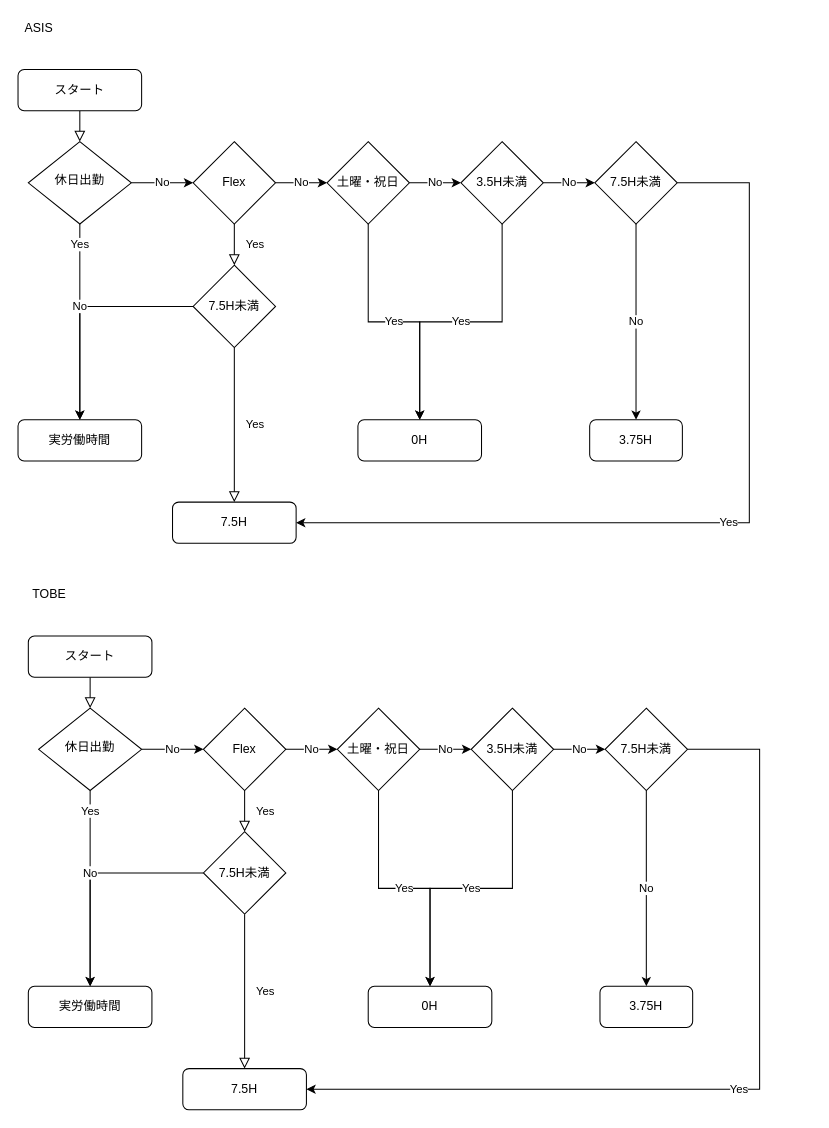
o5om3-san/first-git keeps this draw.io diagram as 代休.drawio. Above is the earlier version. Source tidied: cells renumbered, new cells numbered last; positions are measured from the earlier drawing's top-left corner, leaving out a move shared by most shapes. Both pictures are drawn from the tidied source at 103%, with x=0, y=0 at pixel (18, 18).
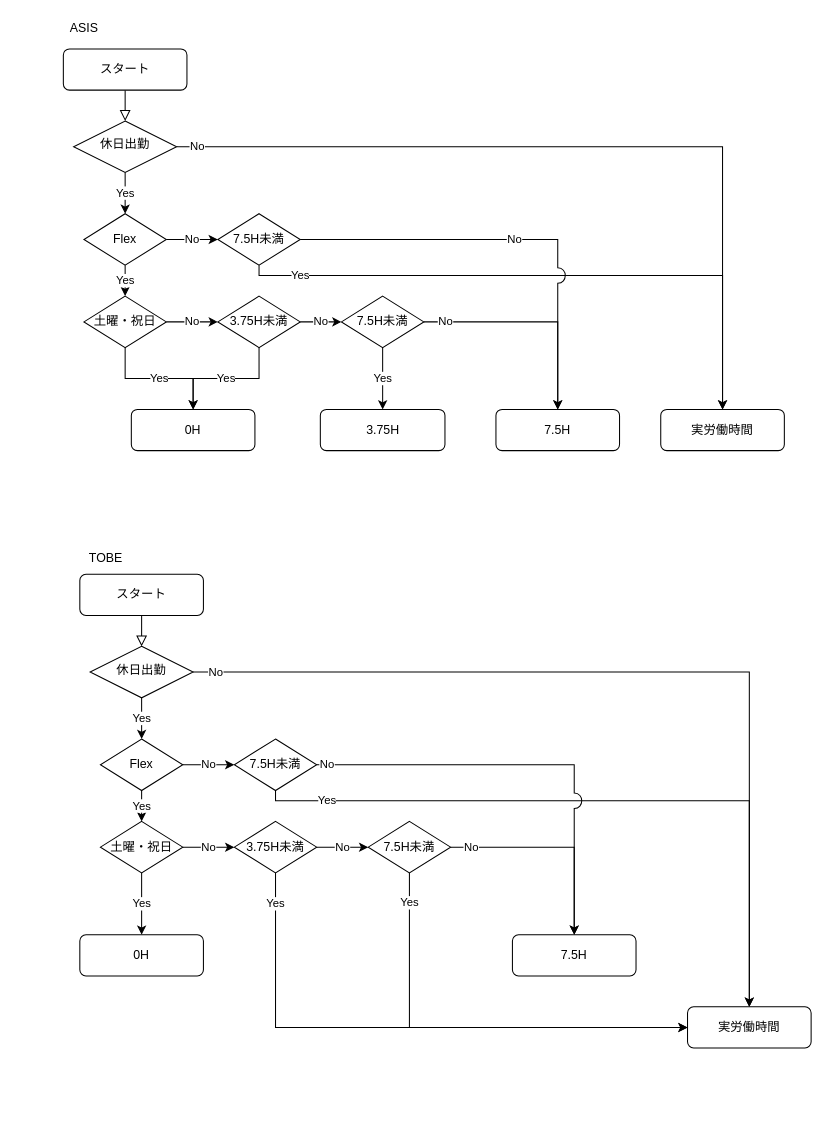
After the change.

Diff of the diagram source:
```diff
@@
     <mxCell id="3" value="スタート" style="rounded=1;whiteSpace=wrap;html=1;fontSize=12;glass=0;strokeWidth=1;shadow=0;" parent="1" vertex="1">
-      <mxGeometry y="50" width="120" height="40" as="geometry" />
+      <mxGeometry x="44" y="30" width="120" height="40" as="geometry" />
     </mxCell>
+    <mxCell id="5" value="Yes" style="edgeStyle=orthogonalEdgeStyle;rounded=0;jettySize=auto;html=1;entryX=0.5;entryY=0;entryDx=0;entryDy=0;exitX=0.5;exitY=1;exitDx=0;exitDy=0;" parent="1" edge="1" source="6" target="9">
+      <mxGeometry relative="1" as="geometry" />
+    </mxCell>
-    <mxCell id="4" value="Yes" style="edgeStyle=orthogonalEdgeStyle;rounded=0;jettySize=auto;html=1;exitX=0.5;exitY=1;exitDx=0;exitDy=0;entryX=0.5;entryY=0;entryDx=0;entryDy=0;" parent="1" edge="1" source="6" target="7">
-      <mxGeometry x="-0.79" relative="1" as="geometry" />
+    <mxCell id="4" value="No" style="edgeStyle=orthogonalEdgeStyle;rounded=0;jettySize=auto;html=1;exitX=1;exitY=0.5;exitDx=0;exitDy=0;entryX=0.5;entryY=0;entryDx=0;entryDy=0;" parent="1" edge="1" source="6" target="7">
+      <mxGeometry x="-0.95" relative="1" as="geometry">
+        <Array as="points">
+          <mxPoint x="684" y="125" />
+        </Array>
+      </mxGeometry>
     </mxCell>
-    <mxCell id="5" value="No" style="edgeStyle=orthogonalEdgeStyle;rounded=0;jettySize=auto;html=1;" parent="1" edge="1" source="6" target="9">
-      <mxGeometry relative="1" as="geometry" />
-    </mxCell>
     <mxCell id="6" value="休日出勤" style="rhombus;whiteSpace=wrap;html=1;shadow=0;fontFamily=Helvetica;fontSize=12;align=center;strokeWidth=1;spacing=6;spacingTop=-4;" parent="1" vertex="1">
-      <mxGeometry x="10" y="120" width="100" height="80" as="geometry" />
+      <mxGeometry x="54" y="100" width="100" height="50" as="geometry" />
     </mxCell>
     <mxCell id="7" value="実労働時間" style="rounded=1;whiteSpace=wrap;html=1;fontSize=12;glass=0;strokeWidth=1;shadow=0;" parent="1" vertex="1">
-      <mxGeometry y="390" width="120" height="40" as="geometry" />
+      <mxGeometry x="624" y="380" width="120" height="40" as="geometry" />
     </mxCell>
-    <mxCell id="8" value="No" style="edgeStyle=orthogonalEdgeStyle;rounded=0;jettySize=auto;html=1;exitX=1;exitY=0.5;exitDx=0;exitDy=0;" parent="1" edge="1" source="9" target="17">
+    <mxCell id="8" value="No" style="edgeStyle=orthogonalEdgeStyle;rounded=0;jettySize=auto;html=1;exitX=1;exitY=0.5;exitDx=0;exitDy=0;entryX=0;entryY=0.5;entryDx=0;entryDy=0;" parent="1" edge="1" source="9" target="12">
       <mxGeometry relative="1" as="geometry" />
     </mxCell>
+    <mxCell id="52" value="Yes" style="edgeStyle=orthogonalEdgeStyle;rounded=0;jettySize=auto;html=1;exitX=0.5;exitY=1;exitDx=0;exitDy=0;entryX=0.5;entryY=0;entryDx=0;entryDy=0;" parent="1" edge="1" source="9" target="17">
+      <mxGeometry relative="1" as="geometry" />
+    </mxCell>
     <mxCell id="9" value="Flex" style="rhombus;whiteSpace=wrap;html=1;" parent="1" vertex="1">
-      <mxGeometry x="170" y="120" width="80" height="80" as="geometry" />
+      <mxGeometry x="64" y="190" width="80" height="50" as="geometry" />
     </mxCell>
-    <mxCell id="10" value="Yes" style="rounded=0;html=1;jettySize=auto;fontSize=11;endArrow=block;endFill=0;endSize=8;strokeWidth=1;shadow=0;labelBackgroundColor=none;edgeStyle=orthogonalEdgeStyle;entryX=0.5;entryY=0;entryDx=0;entryDy=0;exitX=0.5;exitY=1;exitDx=0;exitDy=0;" parent="1" edge="1" source="9" target="12">
-      <mxGeometry y="20" relative="1" as="geometry" />
-    </mxCell>
-    <mxCell id="11" value="No" style="edgeStyle=orthogonalEdgeStyle;rounded=0;jettySize=auto;html=1;exitX=0;exitY=0.5;exitDx=0;exitDy=0;entryX=0.5;entryY=0;entryDx=0;entryDy=0;" parent="1" edge="1" source="12" target="7">
-      <mxGeometry relative="1" as="geometry" />
+    <mxCell id="11" value="Yes" style="edgeStyle=orthogonalEdgeStyle;rounded=0;jettySize=auto;html=1;exitX=0.5;exitY=1;exitDx=0;exitDy=0;entryX=0.5;entryY=0;entryDx=0;entryDy=0;jumpSize=6;" parent="1" edge="1" source="12" target="7">
+      <mxGeometry x="-0.83" relative="1" as="geometry">
+        <Array as="points">
+          <mxPoint x="234" y="250" />
+          <mxPoint x="684" y="250" />
+        </Array>
+      </mxGeometry>
     </mxCell>
     <mxCell id="12" value="7.5H未満" style="rhombus;whiteSpace=wrap;html=1;" parent="1" vertex="1">
-      <mxGeometry x="170" y="240" width="80" height="80" as="geometry" />
+      <mxGeometry x="194" y="190" width="80" height="50" as="geometry" />
     </mxCell>
-    <mxCell id="13" value="Yes" style="rounded=0;html=1;jettySize=auto;fontSize=11;endArrow=block;endFill=0;endSize=8;strokeWidth=1;shadow=0;labelBackgroundColor=none;edgeStyle=orthogonalEdgeStyle;entryX=0.5;entryY=0;entryDx=0;entryDy=0;" parent="1" edge="1" source="12" target="14">
-      <mxGeometry y="20" relative="1" as="geometry" />
-    </mxCell>
     <mxCell id="14" value="7.5H" style="rounded=1;whiteSpace=wrap;html=1;fontSize=12;glass=0;strokeWidth=1;shadow=0;" parent="1" vertex="1">
-      <mxGeometry x="150" y="470" width="120" height="40" as="geometry" />
+      <mxGeometry x="464" y="380" width="120" height="40" as="geometry" />
     </mxCell>
@@
     <mxCell id="17" value="土曜・祝日" style="rhombus;whiteSpace=wrap;html=1;" parent="1" vertex="1">
-      <mxGeometry x="300" y="120" width="80" height="80" as="geometry" />
+      <mxGeometry x="64" y="270" width="80" height="50" as="geometry" />
     </mxCell>
@@
-    <mxCell id="20" value="3.5H未満" style="rhombus;whiteSpace=wrap;html=1;" parent="1" vertex="1">
-      <mxGeometry x="430" y="120" width="80" height="80" as="geometry" />
+    <mxCell id="20" value="3.75H未満" style="rhombus;whiteSpace=wrap;html=1;" parent="1" vertex="1">
+      <mxGeometry x="194" y="270" width="80" height="50" as="geometry" />
     </mxCell>
-    <mxCell id="21" value="No" style="edgeStyle=orthogonalEdgeStyle;rounded=0;jettySize=auto;html=1;entryX=0.5;entryY=0;entryDx=0;entryDy=0;" parent="1" edge="1" source="23" target="25">
-      <mxGeometry relative="1" as="geometry" />
+    <mxCell id="21" value="No" style="edgeStyle=orthogonalEdgeStyle;rounded=0;jettySize=auto;html=1;entryX=0.5;entryY=0;entryDx=0;entryDy=0;" parent="1" edge="1" source="23" target="14">
+      <mxGeometry x="-0.8" relative="1" as="geometry" />
     </mxCell>
-    <mxCell id="22" value="Yes" style="edgeStyle=orthogonalEdgeStyle;rounded=0;jettySize=auto;html=1;entryX=1;entryY=0.5;entryDx=0;entryDy=0;" parent="1" edge="1" source="23" target="14">
-      <mxGeometry relative="1" as="geometry">
-        <Array as="points">
-          <mxPoint x="710" y="160" />
-          <mxPoint x="710" y="490" />
-        </Array>
-      </mxGeometry>
-    </mxCell>
+    <mxCell id="53" value="Yes" style="edgeStyle=orthogonalEdgeStyle;rounded=0;jettySize=auto;html=1;exitX=0.5;exitY=1;exitDx=0;exitDy=0;entryX=0.5;entryY=0;entryDx=0;entryDy=0;" parent="1" edge="1" source="23" target="25">
+      <mxGeometry relative="1" as="geometry" />
+    </mxCell>
     <mxCell id="23" value="7.5H未満" style="rhombus;whiteSpace=wrap;html=1;" parent="1" vertex="1">
-      <mxGeometry x="560" y="120" width="80" height="80" as="geometry" />
+      <mxGeometry x="314" y="270" width="80" height="50" as="geometry" />
     </mxCell>
     <mxCell id="24" value="0H" style="rounded=1;whiteSpace=wrap;html=1;fontSize=12;glass=0;strokeWidth=1;shadow=0;" parent="1" vertex="1">
-      <mxGeometry x="330" y="390" width="120" height="40" as="geometry" />
+      <mxGeometry x="110" y="380" width="120" height="40" as="geometry" />
     </mxCell>
     <mxCell id="25" value="3.75H" style="rounded=1;whiteSpace=wrap;html=1;fontSize=12;glass=0;strokeWidth=1;shadow=0;" parent="1" vertex="1">
-      <mxGeometry x="555" y="390" width="90" height="40" as="geometry" />
+      <mxGeometry x="293.5" y="380" width="121" height="40" as="geometry" />
     </mxCell>
     <mxCell id="26" value="ASIS" style="text;html=1;align=center;verticalAlign=middle;" parent="1" vertex="1">
-      <mxGeometry width="40" height="20" as="geometry" />
+      <mxGeometry x="44" width="40" height="20" as="geometry" />
     </mxCell>
+    <mxCell id="51" value="TOBE" style="text;html=1;align=center;verticalAlign=middle;" parent="1" vertex="1">
+      <mxGeometry x="60" y="515" width="50" height="20" as="geometry" />
+    </mxCell>
+    <mxCell id="13" value="No" style="edgeStyle=orthogonalEdgeStyle;rounded=0;jettySize=auto;html=1;exitX=1;exitY=0.5;exitDx=0;exitDy=0;entryX=0.5;entryY=0;entryDx=0;entryDy=0;jumpStyle=arc;jumpSize=15;" parent="1" edge="1" source="12" target="14">
+      <mxGeometry relative="1" as="geometry">
+        <Array as="points">
+          <mxPoint x="524" y="215" />
+        </Array>
+      </mxGeometry>
+    </mxCell>
@@
     <mxCell id="28" value="スタート" style="rounded=1;whiteSpace=wrap;html=1;fontSize=12;glass=0;strokeWidth=1;shadow=0;" parent="1" vertex="1">
-      <mxGeometry x="10" y="600" width="120" height="40" as="geometry" />
+      <mxGeometry x="60" y="540" width="120" height="40" as="geometry" />
     </mxCell>
+    <mxCell id="30" value="Yes" style="edgeStyle=orthogonalEdgeStyle;rounded=0;jettySize=auto;html=1;entryX=0.5;entryY=0;entryDx=0;entryDy=0;exitX=0.5;exitY=1;exitDx=0;exitDy=0;" parent="1" edge="1" source="31" target="34">
+      <mxGeometry relative="1" as="geometry" />
+    </mxCell>
-    <mxCell id="29" value="Yes" style="edgeStyle=orthogonalEdgeStyle;rounded=0;jettySize=auto;html=1;exitX=0.5;exitY=1;exitDx=0;exitDy=0;entryX=0.5;entryY=0;entryDx=0;entryDy=0;" parent="1" edge="1" source="31" target="32">
-      <mxGeometry x="-0.79" relative="1" as="geometry" />
+    <mxCell id="29" value="No" style="edgeStyle=orthogonalEdgeStyle;rounded=0;jettySize=auto;html=1;exitX=1;exitY=0.5;exitDx=0;exitDy=0;entryX=0.5;entryY=0;entryDx=0;entryDy=0;" parent="1" edge="1" source="31" target="32">
+      <mxGeometry x="-0.95" relative="1" as="geometry">
+        <Array as="points">
+          <mxPoint x="710" y="635" />
+        </Array>
+      </mxGeometry>
     </mxCell>
-    <mxCell id="30" value="No" style="edgeStyle=orthogonalEdgeStyle;rounded=0;jettySize=auto;html=1;" parent="1" edge="1" source="31" target="34">
-      <mxGeometry relative="1" as="geometry" />
-    </mxCell>
     <mxCell id="31" value="休日出勤" style="rhombus;whiteSpace=wrap;html=1;shadow=0;fontFamily=Helvetica;fontSize=12;align=center;strokeWidth=1;spacing=6;spacingTop=-4;" parent="1" vertex="1">
-      <mxGeometry x="20" y="670" width="100" height="80" as="geometry" />
+      <mxGeometry x="70" y="610" width="100" height="50" as="geometry" />
     </mxCell>
     <mxCell id="32" value="実労働時間" style="rounded=1;whiteSpace=wrap;html=1;fontSize=12;glass=0;strokeWidth=1;shadow=0;" parent="1" vertex="1">
-      <mxGeometry x="10" y="940" width="120" height="40" as="geometry" />
+      <mxGeometry x="650" y="960" width="120" height="40" as="geometry" />
     </mxCell>
+    <mxCell id="54" value="No" style="edgeStyle=orthogonalEdgeStyle;rounded=0;jettySize=auto;html=1;exitX=1;exitY=0.5;exitDx=0;exitDy=0;entryX=0;entryY=0.5;entryDx=0;entryDy=0;" parent="1" edge="1" source="34" target="56">
+      <mxGeometry relative="1" as="geometry" />
+    </mxCell>
-    <mxCell id="33" value="No" style="edgeStyle=orthogonalEdgeStyle;rounded=0;jettySize=auto;html=1;exitX=1;exitY=0.5;exitDx=0;exitDy=0;" parent="1" edge="1" source="34" target="42">
+    <mxCell id="33" value="Yes" style="edgeStyle=orthogonalEdgeStyle;rounded=0;jettySize=auto;html=1;exitX=0.5;exitY=1;exitDx=0;exitDy=0;entryX=0.5;entryY=0;entryDx=0;entryDy=0;" parent="1" edge="1" source="34" target="42">
       <mxGeometry relative="1" as="geometry" />
     </mxCell>
     <mxCell id="34" value="Flex" style="rhombus;whiteSpace=wrap;html=1;" parent="1" vertex="1">
-      <mxGeometry x="180" y="670" width="80" height="80" as="geometry" />
+      <mxGeometry x="80" y="700" width="80" height="50" as="geometry" />
     </mxCell>
-    <mxCell id="35" value="Yes" style="rounded=0;html=1;jettySize=auto;fontSize=11;endArrow=block;endFill=0;endSize=8;strokeWidth=1;shadow=0;labelBackgroundColor=none;edgeStyle=orthogonalEdgeStyle;entryX=0.5;entryY=0;entryDx=0;entryDy=0;exitX=0.5;exitY=1;exitDx=0;exitDy=0;" parent="1" edge="1" source="34" target="37">
-      <mxGeometry y="20" relative="1" as="geometry" />
-    </mxCell>
-    <mxCell id="36" value="No" style="edgeStyle=orthogonalEdgeStyle;rounded=0;jettySize=auto;html=1;exitX=0;exitY=0.5;exitDx=0;exitDy=0;entryX=0.5;entryY=0;entryDx=0;entryDy=0;" parent="1" edge="1" source="37" target="32">
-      <mxGeometry relative="1" as="geometry" />
-    </mxCell>
-    <mxCell id="37" value="7.5H未満" style="rhombus;whiteSpace=wrap;html=1;" parent="1" vertex="1">
-      <mxGeometry x="180" y="790" width="80" height="80" as="geometry" />
-    </mxCell>
-    <mxCell id="38" value="Yes" style="rounded=0;html=1;jettySize=auto;fontSize=11;endArrow=block;endFill=0;endSize=8;strokeWidth=1;shadow=0;labelBackgroundColor=none;edgeStyle=orthogonalEdgeStyle;entryX=0.5;entryY=0;entryDx=0;entryDy=0;" parent="1" edge="1" source="37" target="39">
-      <mxGeometry y="20" relative="1" as="geometry" />
-    </mxCell>
+    <mxCell id="55" value="Yes" style="edgeStyle=orthogonalEdgeStyle;rounded=0;jettySize=auto;html=1;exitX=0.5;exitY=1;exitDx=0;exitDy=0;entryX=0.5;entryY=0;entryDx=0;entryDy=0;jumpSize=6;" parent="1" edge="1" source="56" target="32">
+      <mxGeometry x="-0.82" relative="1" as="geometry">
+        <Array as="points">
+          <mxPoint x="250" y="760" />
+          <mxPoint x="710" y="760" />
+        </Array>
+      </mxGeometry>
+    </mxCell>
+    <mxCell id="56" value="7.5H未満" style="rhombus;whiteSpace=wrap;html=1;" parent="1" vertex="1">
+      <mxGeometry x="210" y="700" width="80" height="50" as="geometry" />
+    </mxCell>
     <mxCell id="39" value="7.5H" style="rounded=1;whiteSpace=wrap;html=1;fontSize=12;glass=0;strokeWidth=1;shadow=0;" parent="1" vertex="1">
-      <mxGeometry x="160" y="1020" width="120" height="40" as="geometry" />
+      <mxGeometry x="480" y="890" width="120" height="40" as="geometry" />
     </mxCell>
-    <mxCell id="40" value="No" style="edgeStyle=orthogonalEdgeStyle;rounded=0;jettySize=auto;html=1;" parent="1" edge="1" source="42" target="45">
-      <mxGeometry relative="1" as="geometry" />
-    </mxCell>
+    <mxCell id="57" value="No" style="edgeStyle=orthogonalEdgeStyle;rounded=0;jettySize=auto;html=1;" parent="1" edge="1" source="42" target="60">
+      <mxGeometry relative="1" as="geometry" />
+    </mxCell>
@@
     <mxCell id="42" value="土曜・祝日" style="rhombus;whiteSpace=wrap;html=1;" parent="1" vertex="1">
-      <mxGeometry x="310" y="670" width="80" height="80" as="geometry" />
+      <mxGeometry x="80" y="780" width="80" height="50" as="geometry" />
     </mxCell>
-    <mxCell id="43" value="Yes" style="edgeStyle=orthogonalEdgeStyle;rounded=0;jettySize=auto;html=1;entryX=0.5;entryY=0;entryDx=0;entryDy=0;" parent="1" edge="1" source="45" target="49">
-      <mxGeometry relative="1" as="geometry" />
-    </mxCell>
-    <mxCell id="44" value="No" style="edgeStyle=orthogonalEdgeStyle;rounded=0;jettySize=auto;html=1;" parent="1" edge="1" source="45" target="48">
-      <mxGeometry relative="1" as="geometry" />
-    </mxCell>
-    <mxCell id="45" value="3.5H未満" style="rhombus;whiteSpace=wrap;html=1;" parent="1" vertex="1">
-      <mxGeometry x="440" y="670" width="80" height="80" as="geometry" />
-    </mxCell>
+    <mxCell id="58" value="Yes" style="edgeStyle=orthogonalEdgeStyle;rounded=0;jettySize=auto;html=1;entryX=0;entryY=0.5;entryDx=0;entryDy=0;" parent="1" edge="1" source="60" target="32">
+      <mxGeometry x="-0.89" relative="1" as="geometry">
+        <Array as="points">
+          <mxPoint x="250" y="980" />
+        </Array>
+      </mxGeometry>
+    </mxCell>
+    <mxCell id="59" value="No" style="edgeStyle=orthogonalEdgeStyle;rounded=0;jettySize=auto;html=1;" parent="1" edge="1" source="60" target="62">
+      <mxGeometry relative="1" as="geometry" />
+    </mxCell>
+    <mxCell id="60" value="3.75H未満" style="rhombus;whiteSpace=wrap;html=1;" parent="1" vertex="1">
+      <mxGeometry x="210" y="780" width="80" height="50" as="geometry" />
+    </mxCell>
-    <mxCell id="46" value="No" style="edgeStyle=orthogonalEdgeStyle;rounded=0;jettySize=auto;html=1;entryX=0.5;entryY=0;entryDx=0;entryDy=0;" parent="1" edge="1" source="48" target="50">
-      <mxGeometry relative="1" as="geometry" />
+    <mxCell id="46" value="No" style="edgeStyle=orthogonalEdgeStyle;rounded=0;jettySize=auto;html=1;entryX=0.5;entryY=0;entryDx=0;entryDy=0;" parent="1" edge="1" source="62" target="39">
+      <mxGeometry x="-0.8" relative="1" as="geometry" />
     </mxCell>
-    <mxCell id="47" value="Yes" style="edgeStyle=orthogonalEdgeStyle;rounded=0;jettySize=auto;html=1;entryX=1;entryY=0.5;entryDx=0;entryDy=0;" parent="1" edge="1" source="48" target="39">
-      <mxGeometry relative="1" as="geometry">
-        <Array as="points">
-          <mxPoint x="720" y="710" />
-          <mxPoint x="720" y="1040" />
-        </Array>
-      </mxGeometry>
-    </mxCell>
-    <mxCell id="48" value="7.5H未満" style="rhombus;whiteSpace=wrap;html=1;" parent="1" vertex="1">
-      <mxGeometry x="570" y="670" width="80" height="80" as="geometry" />
-    </mxCell>
+    <mxCell id="61" value="Yes" style="edgeStyle=orthogonalEdgeStyle;rounded=0;jettySize=auto;html=1;exitX=0.5;exitY=1;exitDx=0;exitDy=0;entryX=0;entryY=0.5;entryDx=0;entryDy=0;" parent="1" edge="1" source="62" target="32">
+      <mxGeometry x="-0.86" relative="1" as="geometry" />
+    </mxCell>
+    <mxCell id="62" value="7.5H未満" style="rhombus;whiteSpace=wrap;html=1;" parent="1" vertex="1">
+      <mxGeometry x="340" y="780" width="80" height="50" as="geometry" />
+    </mxCell>
     <mxCell id="49" value="0H" style="rounded=1;whiteSpace=wrap;html=1;fontSize=12;glass=0;strokeWidth=1;shadow=0;" parent="1" vertex="1">
-      <mxGeometry x="340" y="940" width="120" height="40" as="geometry" />
+      <mxGeometry x="60" y="890" width="120" height="40" as="geometry" />
     </mxCell>
-    <mxCell id="50" value="3.75H" style="rounded=1;whiteSpace=wrap;html=1;fontSize=12;glass=0;strokeWidth=1;shadow=0;" parent="1" vertex="1">
-      <mxGeometry x="565" y="940" width="90" height="40" as="geometry" />
-    </mxCell>
-    <mxCell id="51" value="TOBE" style="text;html=1;align=center;verticalAlign=middle;" parent="1" vertex="1">
-      <mxGeometry x="5" y="550" width="50" height="20" as="geometry" />
-    </mxCell>
+    <mxCell id="63" value="No" style="edgeStyle=orthogonalEdgeStyle;rounded=0;jettySize=auto;html=1;exitX=1;exitY=0.5;exitDx=0;exitDy=0;entryX=0.5;entryY=0;entryDx=0;entryDy=0;jumpStyle=arc;jumpSize=15;" parent="1" edge="1" source="56" target="39">
+      <mxGeometry x="-0.95" relative="1" as="geometry">
+        <Array as="points">
+          <mxPoint x="540" y="725" />
+        </Array>
+      </mxGeometry>
+    </mxCell>
```
